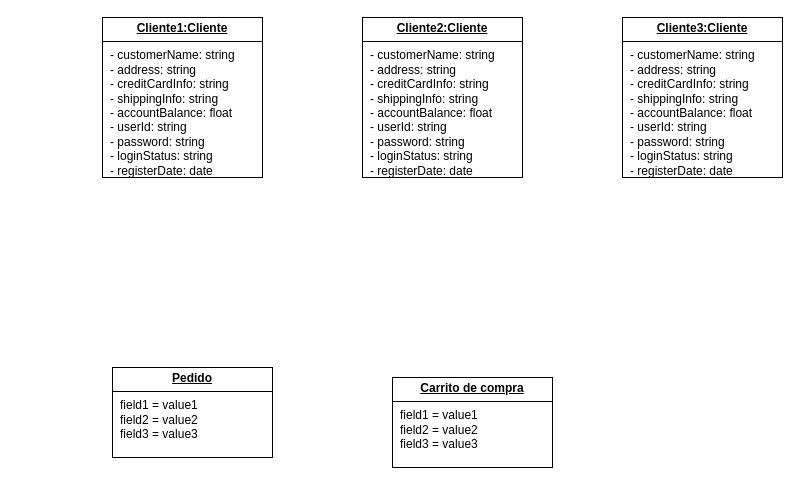
The draw.io diagram Diagrama de objetos/Tarea_DO/tarea_asociada2.drawio in GRMiguelAngel/ETS, before the edit. Source tidied: cells renumbered, new cells numbered last; positions are measured from the earlier drawing's top-left corner, leaving out a move shared by most shapes. Both pictures are drawn from the tidied source at 100%, with x=0, y=0 at pixel (102, 17).
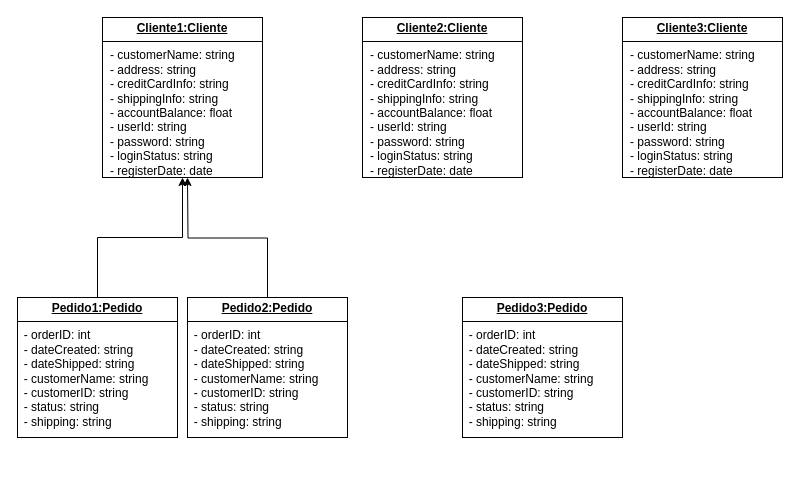
Above is the later version.

Diff of the diagram source:
```diff
@@
 <mxGraphModel>
   <root>
     <mxCell id="0" />
     <mxCell id="1" parent="0" />
+    <mxCell id="10" style="edgeStyle=orthogonalEdgeStyle;rounded=0;jettySize=auto;html=1;entryX=0.5;entryY=1;entryDx=0;entryDy=0;" parent="1" edge="1" source="2" target="3">
+      <mxGeometry relative="1" as="geometry" />
+    </mxCell>
-    <mxCell id="2" value="&lt;p style=&quot;margin:0px;margin-top:4px;text-align:center;text-decoration:underline;&quot;&gt;&lt;b&gt;Pedido&lt;/b&gt;&lt;br&gt;&lt;/p&gt;&lt;hr style=&quot;border-style:solid;&quot; size=&quot;1&quot;&gt;&lt;p style=&quot;margin:0px;margin-left:8px;&quot;&gt;field1 = value1&lt;br&gt;field2 = value2&lt;br&gt;field3 = value3&lt;/p&gt;" style="verticalAlign=top;align=left;overflow=fill;html=1;whiteSpace=wrap;" parent="1" vertex="1">
-      <mxGeometry x="10" y="350" width="160" height="90" as="geometry" />
+    <mxCell id="2" value="&lt;p style=&quot;margin:0px;margin-top:4px;text-align:center;text-decoration:underline;&quot;&gt;&lt;b&gt;Pedido1:Pedido&lt;/b&gt;&lt;br&gt;&lt;/p&gt;&lt;hr style=&quot;border-style:solid;&quot; size=&quot;1&quot;&gt;&lt;div&gt;&amp;nbsp; - orderID: int&lt;/div&gt;&lt;div&gt;&amp;nbsp; - dateCreated: string&lt;/div&gt;&lt;div&gt;&amp;nbsp; - dateShipped: string&lt;br&gt;&lt;/div&gt;&lt;div&gt;&amp;nbsp; - customerName: string&lt;/div&gt;&lt;div&gt;&amp;nbsp; - customerID: string&lt;/div&gt;&lt;div&gt;&amp;nbsp; - status: string&lt;/div&gt;&lt;div&gt;&amp;nbsp; - shipping: string&lt;br&gt;&lt;/div&gt;&lt;div&gt;&amp;nbsp;&lt;br&gt;&lt;/div&gt;" style="verticalAlign=top;align=left;overflow=fill;html=1;whiteSpace=wrap;" parent="1" vertex="1">
+      <mxGeometry x="-85" y="280" width="160" height="140" as="geometry" />
     </mxCell>
     <mxCell id="3" value="&lt;p style=&quot;margin:0px;margin-top:4px;text-align:center;text-decoration:underline;&quot;&gt;&lt;b&gt;Cliente1:Cliente&lt;/b&gt;&lt;br&gt;&lt;/p&gt;&lt;hr style=&quot;border-style:solid;&quot; size=&quot;1&quot;&gt;&lt;p style=&quot;margin:0px;margin-left:8px;&quot;&gt;- customerName: string&lt;/p&gt;&lt;p style=&quot;margin:0px;margin-left:8px;&quot;&gt;- address: string&lt;/p&gt;&lt;p style=&quot;margin:0px;margin-left:8px;&quot;&gt;- creditCardInfo: string&lt;/p&gt;&lt;p style=&quot;margin:0px;margin-left:8px;&quot;&gt;- shippingInfo: string&lt;/p&gt;&lt;p style=&quot;margin:0px;margin-left:8px;&quot;&gt;- accountBalance: float&lt;/p&gt;&lt;p style=&quot;margin:0px;margin-left:8px;&quot;&gt;- userId: string&lt;/p&gt;&lt;p style=&quot;margin:0px;margin-left:8px;&quot;&gt;- password: string&lt;/p&gt;&lt;p style=&quot;margin:0px;margin-left:8px;&quot;&gt;- loginStatus: string&lt;/p&gt;&lt;p style=&quot;margin:0px;margin-left:8px;&quot;&gt;- registerDate: date&lt;br&gt;&lt;/p&gt;" style="verticalAlign=top;align=left;overflow=fill;html=1;whiteSpace=wrap;" parent="1" vertex="1">
       <mxGeometry width="160" height="160" as="geometry" />
     </mxCell>
-    <mxCell id="4" value="&lt;p style=&quot;margin:0px;margin-top:4px;text-align:center;text-decoration:underline;&quot;&gt;&lt;b&gt;Carrito de compra&lt;/b&gt;&lt;br&gt;&lt;/p&gt;&lt;hr style=&quot;border-style:solid;&quot; size=&quot;1&quot;&gt;&lt;p style=&quot;margin:0px;margin-left:8px;&quot;&gt;field1 = value1&lt;br&gt;field2 = value2&lt;br&gt;field3 = value3&lt;/p&gt;" style="verticalAlign=top;align=left;overflow=fill;html=1;whiteSpace=wrap;" parent="1" vertex="1">
-      <mxGeometry x="290" y="360" width="160" height="90" as="geometry" />
-    </mxCell>
     <mxCell id="5" style="edgeStyle=orthogonalEdgeStyle;rounded=0;orthogonalLoop=1;jettySize=auto;html=1;exitX=0.5;exitY=1;exitDx=0;exitDy=0;" parent="1" edge="1" source="3" target="3">
       <mxGeometry relative="1" as="geometry" />
     </mxCell>
     <mxCell id="6" value="&lt;p style=&quot;margin:0px;margin-top:4px;text-align:center;text-decoration:underline;&quot;&gt;&lt;b&gt;Cliente2:Cliente&lt;/b&gt;&lt;br&gt;&lt;/p&gt;&lt;hr style=&quot;border-style:solid;&quot; size=&quot;1&quot;&gt;&lt;p style=&quot;margin:0px;margin-left:8px;&quot;&gt;- customerName: string&lt;/p&gt;&lt;p style=&quot;margin:0px;margin-left:8px;&quot;&gt;- address: string&lt;/p&gt;&lt;p style=&quot;margin:0px;margin-left:8px;&quot;&gt;- creditCardInfo: string&lt;/p&gt;&lt;p style=&quot;margin:0px;margin-left:8px;&quot;&gt;- shippingInfo: string&lt;/p&gt;&lt;p style=&quot;margin:0px;margin-left:8px;&quot;&gt;- accountBalance: float&lt;/p&gt;&lt;p style=&quot;margin:0px;margin-left:8px;&quot;&gt;- userId: string&lt;/p&gt;&lt;p style=&quot;margin:0px;margin-left:8px;&quot;&gt;- password: string&lt;/p&gt;&lt;p style=&quot;margin:0px;margin-left:8px;&quot;&gt;- loginStatus: string&lt;/p&gt;&lt;p style=&quot;margin:0px;margin-left:8px;&quot;&gt;- registerDate: date&lt;br&gt;&lt;/p&gt;" style="verticalAlign=top;align=left;overflow=fill;html=1;whiteSpace=wrap;" parent="1" vertex="1">
       <mxGeometry x="260" width="160" height="160" as="geometry" />
     </mxCell>
     <mxCell id="7" style="edgeStyle=orthogonalEdgeStyle;rounded=0;orthogonalLoop=1;jettySize=auto;html=1;exitX=0.5;exitY=1;exitDx=0;exitDy=0;" parent="1" edge="1" source="6" target="6">
       <mxGeometry relative="1" as="geometry" />
     </mxCell>
     <mxCell id="8" value="&lt;p style=&quot;margin:0px;margin-top:4px;text-align:center;text-decoration:underline;&quot;&gt;&lt;b&gt;Cliente3:Cliente&lt;/b&gt;&lt;br&gt;&lt;/p&gt;&lt;hr style=&quot;border-style:solid;&quot; size=&quot;1&quot;&gt;&lt;p style=&quot;margin:0px;margin-left:8px;&quot;&gt;- customerName: string&lt;/p&gt;&lt;p style=&quot;margin:0px;margin-left:8px;&quot;&gt;- address: string&lt;/p&gt;&lt;p style=&quot;margin:0px;margin-left:8px;&quot;&gt;- creditCardInfo: string&lt;/p&gt;&lt;p style=&quot;margin:0px;margin-left:8px;&quot;&gt;- shippingInfo: string&lt;/p&gt;&lt;p style=&quot;margin:0px;margin-left:8px;&quot;&gt;- accountBalance: float&lt;/p&gt;&lt;p style=&quot;margin:0px;margin-left:8px;&quot;&gt;- userId: string&lt;/p&gt;&lt;p style=&quot;margin:0px;margin-left:8px;&quot;&gt;- password: string&lt;/p&gt;&lt;p style=&quot;margin:0px;margin-left:8px;&quot;&gt;- loginStatus: string&lt;/p&gt;&lt;p style=&quot;margin:0px;margin-left:8px;&quot;&gt;- registerDate: date&lt;br&gt;&lt;/p&gt;" style="verticalAlign=top;align=left;overflow=fill;html=1;whiteSpace=wrap;" parent="1" vertex="1">
       <mxGeometry x="520" width="160" height="160" as="geometry" />
     </mxCell>
     <mxCell id="9" style="edgeStyle=orthogonalEdgeStyle;rounded=0;orthogonalLoop=1;jettySize=auto;html=1;exitX=0.5;exitY=1;exitDx=0;exitDy=0;" parent="1" edge="1" source="8" target="8">
       <mxGeometry relative="1" as="geometry" />
     </mxCell>
+    <mxCell id="11" style="edgeStyle=orthogonalEdgeStyle;rounded=0;jettySize=auto;html=1;" parent="1" edge="1" source="12">
+      <mxGeometry relative="1" as="geometry">
+        <mxPoint x="85" y="160" as="targetPoint" />
+      </mxGeometry>
+    </mxCell>
+    <mxCell id="12" value="&lt;p style=&quot;margin:0px;margin-top:4px;text-align:center;text-decoration:underline;&quot;&gt;&lt;b&gt;Pedido2:Pedido&lt;/b&gt;&lt;br&gt;&lt;/p&gt;&lt;hr style=&quot;border-style:solid;&quot; size=&quot;1&quot;&gt;&lt;div&gt;&amp;nbsp; - orderID: int&lt;/div&gt;&lt;div&gt;&amp;nbsp; - dateCreated: string&lt;/div&gt;&lt;div&gt;&amp;nbsp; - dateShipped: string&lt;br&gt;&lt;/div&gt;&lt;div&gt;&amp;nbsp; - customerName: string&lt;/div&gt;&lt;div&gt;&amp;nbsp; - customerID: string&lt;/div&gt;&lt;div&gt;&amp;nbsp; - status: string&lt;/div&gt;&amp;nbsp; - shipping: string&lt;p style=&quot;margin:0px;margin-left:8px;&quot;&gt;&lt;/p&gt;" style="verticalAlign=top;align=left;overflow=fill;html=1;whiteSpace=wrap;" parent="1" vertex="1">
+      <mxGeometry x="85" y="280" width="160" height="140" as="geometry" />
+    </mxCell>
+    <mxCell id="13" value="&lt;p style=&quot;margin:0px;margin-top:4px;text-align:center;text-decoration:underline;&quot;&gt;&lt;b&gt;Pedido3:Pedido&lt;/b&gt;&lt;br&gt;&lt;/p&gt;&lt;hr style=&quot;border-style:solid;&quot; size=&quot;1&quot;&gt;&lt;div&gt;&amp;nbsp; - orderID: int&lt;/div&gt;&lt;div&gt;&amp;nbsp; - dateCreated: string&lt;/div&gt;&lt;div&gt;&amp;nbsp; - dateShipped: string&lt;br&gt;&lt;/div&gt;&lt;div&gt;&amp;nbsp; - customerName: string&lt;/div&gt;&lt;div&gt;&amp;nbsp; - customerID: string&lt;/div&gt;&lt;div&gt;&amp;nbsp; - status: string&lt;/div&gt;&amp;nbsp; - shipping: string&lt;p style=&quot;margin:0px;margin-left:8px;&quot;&gt;&lt;/p&gt;" style="verticalAlign=top;align=left;overflow=fill;html=1;whiteSpace=wrap;" parent="1" vertex="1">
+      <mxGeometry x="360" y="280" width="160" height="140" as="geometry" />
+    </mxCell>
   </root>
 </mxGraphModel>
```
